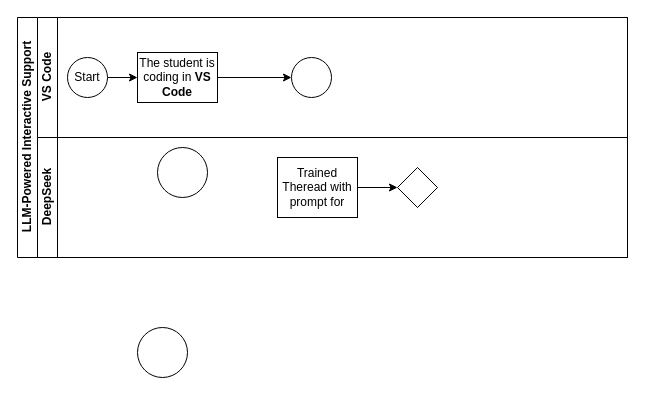
This is Untitled Diagram.drawio from rajandasguptaml/APEX---BPMN-Diagram, a draw.io file, before an edit. Source tidied: cells renumbered, new cells numbered last; positions are measured from the earlier drawing's top-left corner, leaving out a move shared by most shapes. Both pictures are drawn from the tidied source at 100%, with x=0, y=0 at pixel (17, 17).
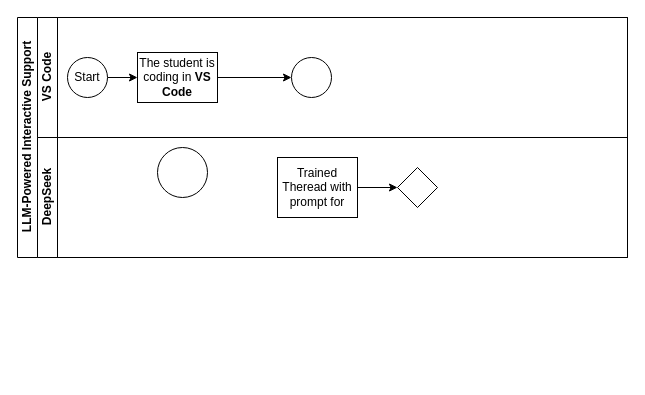
The same page after the edit.

The edit, as a diff of the source:
```diff
@@
 <mxGraphModel>
   <root>
     <mxCell id="0" />
     <mxCell id="1" parent="0" />
     <mxCell id="2" value="LLM-Powered Interactive Support" style="swimlane;html=1;horizontal=0;startSize=20;" parent="1" vertex="1">
       <mxGeometry width="610" height="240" as="geometry" />
     </mxCell>
     <mxCell id="3" value="VS Code" style="swimlane;html=1;startSize=20;horizontal=0;" parent="2" vertex="1">
       <mxGeometry x="20" width="590" height="120" as="geometry" />
     </mxCell>
     <mxCell id="4" style="edgeStyle=orthogonalEdgeStyle;rounded=0;jettySize=auto;html=1;" parent="3" edge="1" source="5" target="8">
       <mxGeometry relative="1" as="geometry" />
     </mxCell>
     <mxCell id="5" value="The student is coding in &lt;strong&gt;VS Code&lt;/strong&gt;" style="rounded=0;whiteSpace=wrap;html=1;fontFamily=Helvetica;fontSize=12;fontColor=#000000;align=center;" parent="3" vertex="1">
       <mxGeometry x="100" y="35" width="80" height="50" as="geometry" />
     </mxCell>
     <mxCell id="6" style="edgeStyle=orthogonalEdgeStyle;rounded=0;jettySize=auto;html=1;exitX=1;exitY=0.5;exitDx=0;exitDy=0;entryX=0;entryY=0.5;entryDx=0;entryDy=0;" parent="3" edge="1" source="7" target="5">
       <mxGeometry relative="1" as="geometry" />
     </mxCell>
     <mxCell id="7" value="Start" style="ellipse;whiteSpace=wrap;html=1;" parent="3" vertex="1">
       <mxGeometry x="30" y="40" width="40" height="40" as="geometry" />
     </mxCell>
     <mxCell id="8" style="ellipse;whiteSpace=wrap;html=1;fontColor=#000000;rounded=0;" parent="3" vertex="1">
       <mxGeometry x="254" y="40" width="40" height="40" as="geometry" />
     </mxCell>
     <mxCell id="9" value="DeepSeek" style="swimlane;html=1;startSize=20;horizontal=0;" parent="2" vertex="1">
       <mxGeometry x="20" y="120" width="590" height="120" as="geometry" />
     </mxCell>
     <mxCell id="10" style="edgeStyle=orthogonalEdgeStyle;rounded=0;jettySize=auto;html=1;endArrow=classic;endFill=1;" parent="9" edge="1" source="11" target="12">
       <mxGeometry relative="1" as="geometry" />
     </mxCell>
     <mxCell id="11" value="Trained Theread with prompt for" style="rounded=0;whiteSpace=wrap;html=1;fontFamily=Helvetica;fontSize=12;fontColor=#000000;align=center;" parent="9" vertex="1">
       <mxGeometry x="240" y="20" width="80" height="60" as="geometry" />
     </mxCell>
     <mxCell id="12" style="rhombus;whiteSpace=wrap;html=1;fontFamily=Helvetica;fontSize=12;fontColor=#000000;align=center;" parent="9" vertex="1">
       <mxGeometry x="360" y="30" width="40" height="40" as="geometry" />
     </mxCell>
     <mxCell id="13" style="shape=mxgraph.bpmn.event;html=1;verticalLabelPosition=bottom;labelBackgroundColor=#ffffff;verticalAlign=top;align=center;perimeter=ellipsePerimeter;outline=standard;symbol=general;" parent="1" vertex="1">
       <mxGeometry x="140" y="130" width="50" height="50" as="geometry" />
     </mxCell>
-    <mxCell id="14" style="shape=mxgraph.bpmn.event;html=1;verticalLabelPosition=bottom;labelBackgroundColor=#ffffff;verticalAlign=top;align=center;perimeter=ellipsePerimeter;outline=standard;symbol=general;" parent="1" vertex="1">
-      <mxGeometry x="120" y="310" width="50" height="50" as="geometry" />
-    </mxCell>
   </root>
 </mxGraphModel>
```
